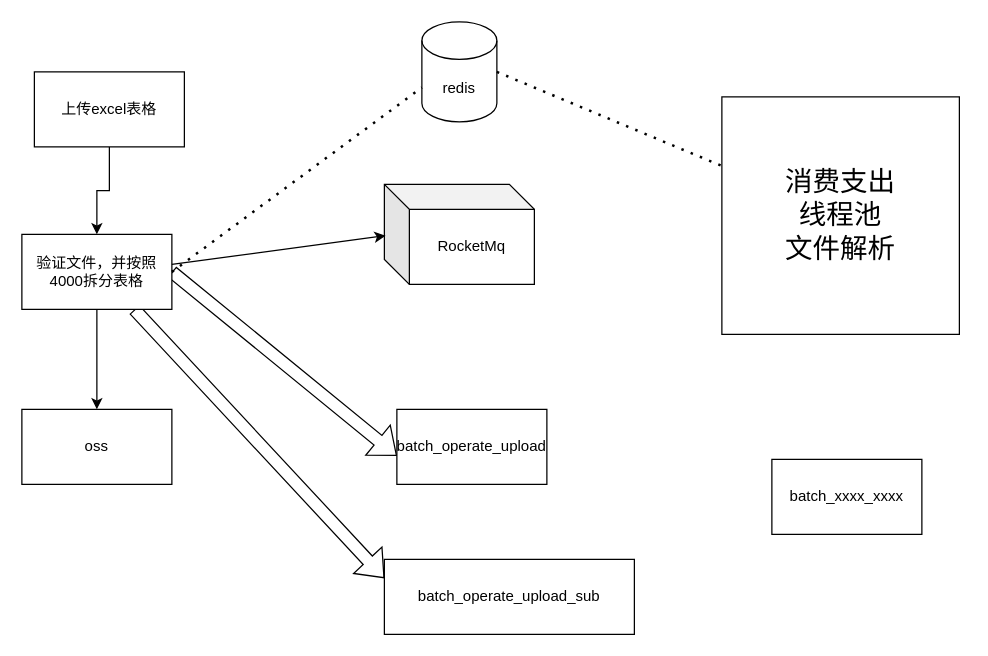
This is batch_operation.drawio from mirai3zZ/mojito, a draw.io file, before an edit. Source tidied: cells renumbered, new cells numbered last; positions are measured from the earlier drawing's top-left corner, leaving out a move shared by most shapes. Both pictures are drawn from the tidied source at 125%, with x=0, y=0 at pixel (21, 21).
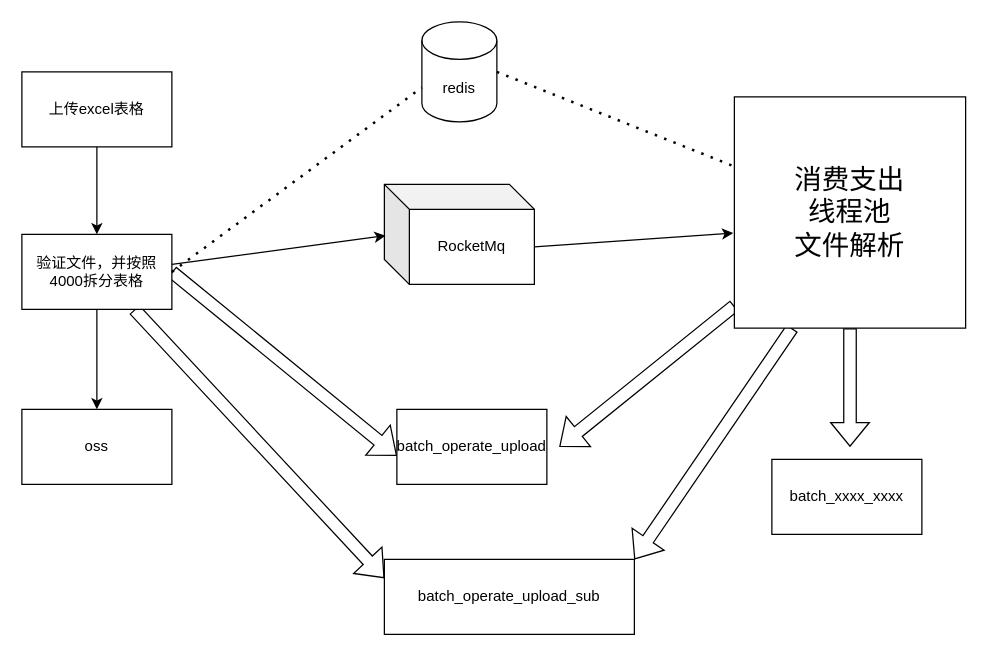
After the change.

Unchanged cells that the change refers to:
```xml
<mxCell id="10" value="RocketMq" style="shape=cube;whiteSpace=wrap;html=1;boundedLbl=1;backgroundOutline=1;darkOpacity=0.05;darkOpacity2=0.1;" parent="1" vertex="1">
  <mxGeometry x="290" y="130" width="120" height="80" as="geometry" />
</mxCell>
<mxCell id="12" value="batch_operate_upload_sub" style="rounded=0;whiteSpace=wrap;html=1;" parent="1" vertex="1">
  <mxGeometry x="290" y="430" width="200" height="60" as="geometry" />
</mxCell>
```

Diff of the diagram source:
```diff
@@
     <mxCell id="3" value="上传excel表格" style="rounded=0;whiteSpace=wrap;html=1;" parent="1" vertex="1">
-      <mxGeometry x="10" y="40" width="120" height="60" as="geometry" />
+      <mxGeometry y="40" width="120" height="60" as="geometry" />
     </mxCell>
@@
+    <mxCell id="18" style="edgeStyle=none;shape=flexArrow;rounded=0;jettySize=auto;html=1;" parent="1" edge="1" source="13">
+      <mxGeometry relative="1" as="geometry">
+        <mxPoint x="430" y="340" as="targetPoint" />
+      </mxGeometry>
+    </mxCell>
+    <mxCell id="19" style="edgeStyle=none;shape=flexArrow;rounded=0;jettySize=auto;html=1;" parent="1" edge="1" source="13">
+      <mxGeometry relative="1" as="geometry">
+        <mxPoint x="662.5" y="340" as="targetPoint" />
+      </mxGeometry>
+    </mxCell>
+    <mxCell id="20" style="edgeStyle=none;shape=flexArrow;rounded=0;jettySize=auto;html=1;exitX=0.25;exitY=1;exitDx=0;exitDy=0;entryX=1;entryY=0;entryDx=0;entryDy=0;" parent="1" edge="1" source="13" target="12">
+      <mxGeometry relative="1" as="geometry" />
+    </mxCell>
     <mxCell id="13" value="&lt;font style=&quot;font-size: 22px&quot;&gt;消费支出&lt;br&gt;线程池&lt;br&gt;文件解析&lt;br&gt;&lt;/font&gt;" style="whiteSpace=wrap;html=1;" parent="1" vertex="1">
-      <mxGeometry x="560" y="60" width="190" height="190" as="geometry" />
+      <mxGeometry x="570" y="60" width="185" height="185" as="geometry" />
     </mxCell>
@@
+    <mxCell id="21" style="endArrow=classic;html=1;exitX=0;exitY=0;exitDx=120;exitDy=50;exitPerimeter=0;entryX=-0.005;entryY=0.589;entryDx=0;entryDy=0;entryPerimeter=0;" parent="1" edge="1" source="10" target="13">
+      <mxGeometry relative="1" as="geometry" />
+    </mxCell>
```
